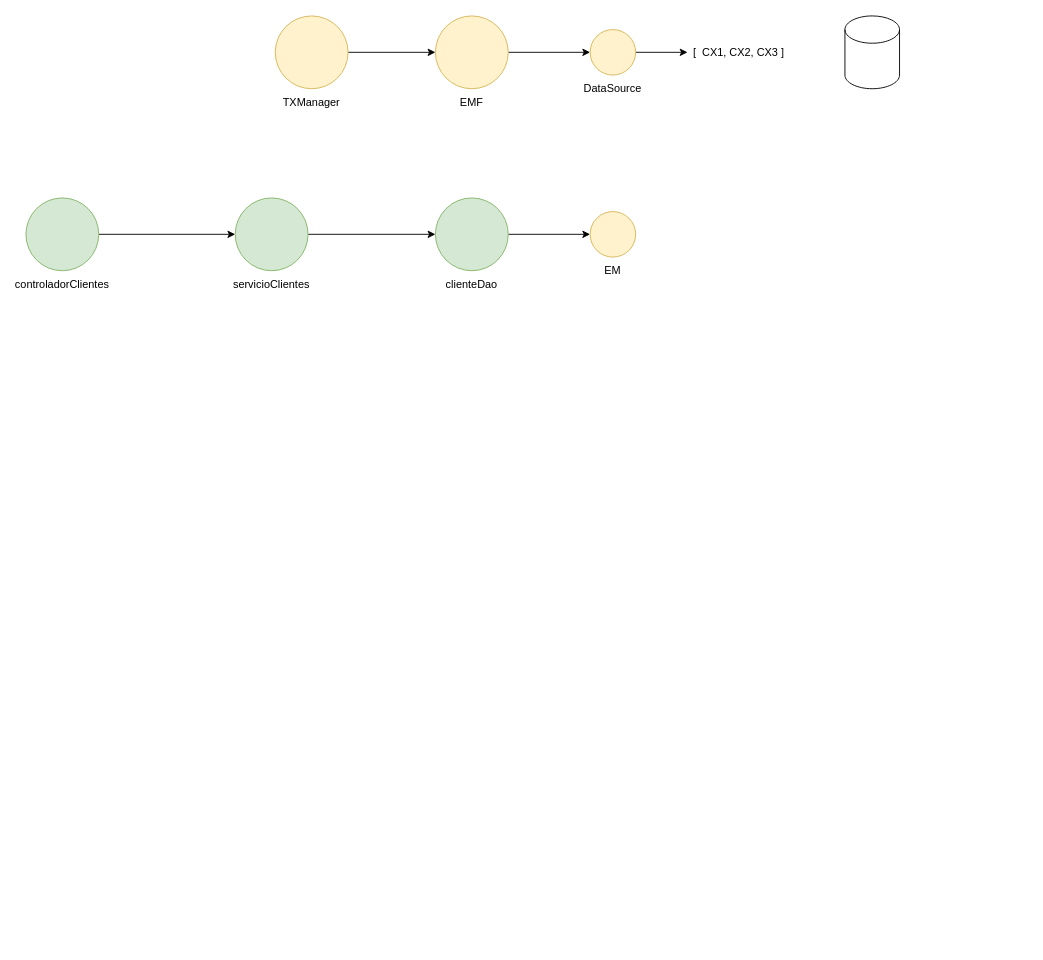
This is page "Página-34" (34 of 36) of diagramas.drawio from lrag/java2025, a draw.io file, before an edit. Source tidied: cells renumbered, new cells numbered last; positions are measured from the earlier drawing's top-left corner, leaving out a move shared by most shapes. Both pictures are drawn from the tidied source at 91%, with x=0, y=0 at pixel (25, 15).
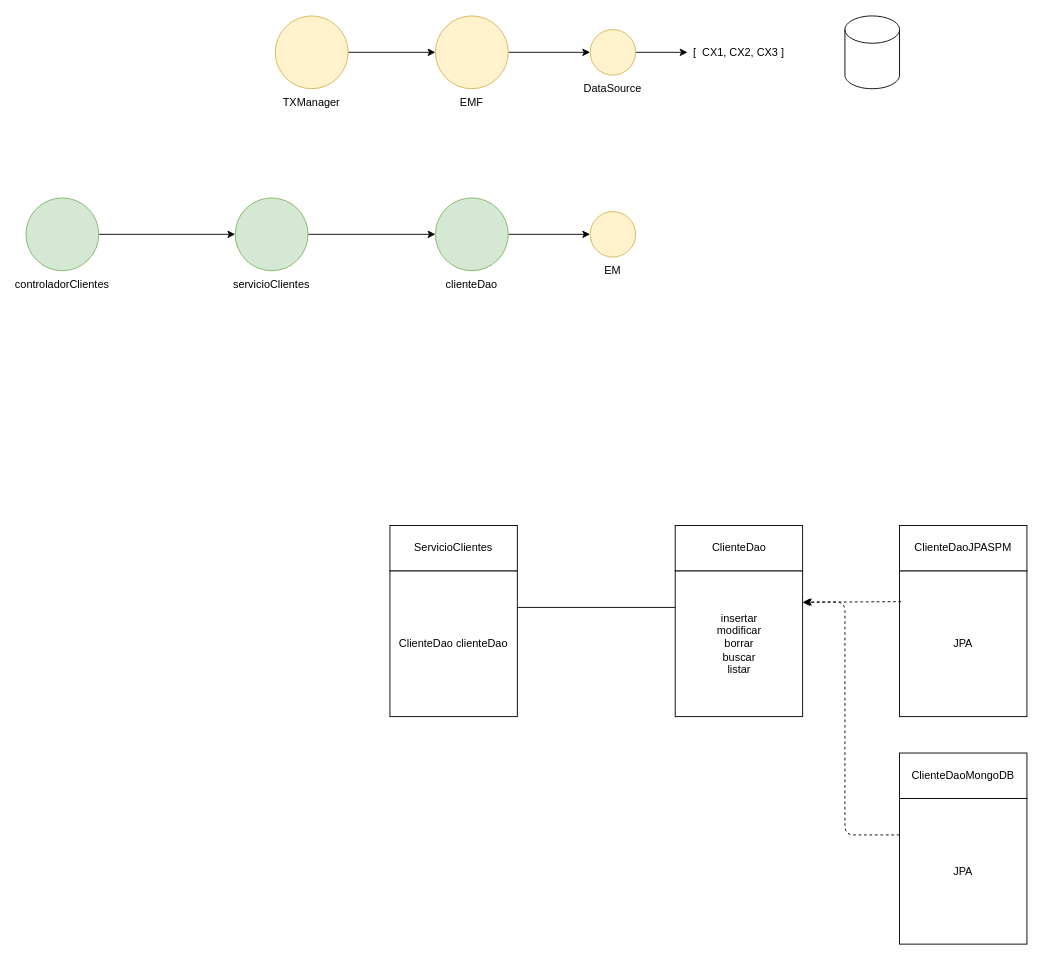
The same page after the edit.

Diff of the diagram source:
```diff
@@
+    <mxCell id="24" value="ServicioClientes" style="rounded=0;whiteSpace=wrap;html=1;fontSize=12;" parent="1" vertex="1">
+      <mxGeometry x="400" y="560" width="140" height="50" as="geometry" />
+    </mxCell>
+    <mxCell id="25" value="ClienteDao clienteDao" style="rounded=0;whiteSpace=wrap;html=1;fontSize=12;" parent="1" vertex="1">
+      <mxGeometry x="400" y="610" width="140" height="160" as="geometry" />
+    </mxCell>
+    <mxCell id="26" value="ClienteDao" style="rounded=0;whiteSpace=wrap;html=1;fontSize=12;" parent="1" vertex="1">
+      <mxGeometry x="713.5" y="560" width="140" height="50" as="geometry" />
+    </mxCell>
+    <mxCell id="27" value="insertar&lt;br&gt;modificar&lt;br&gt;borrar&lt;br&gt;buscar&lt;br&gt;listar" style="rounded=0;whiteSpace=wrap;html=1;fontSize=12;" parent="1" vertex="1">
+      <mxGeometry x="713.5" y="610" width="140" height="160" as="geometry" />
+    </mxCell>
+    <mxCell id="28" style="endArrow=none;html=1;rounded=1;fontSize=12;exitX=1;exitY=0.25;exitDx=0;exitDy=0;entryX=0;entryY=0.25;entryDx=0;entryDy=0;" parent="1" edge="1" source="25" target="27">
+      <mxGeometry relative="1" as="geometry" />
+    </mxCell>
+    <mxCell id="29" value="ClienteDaoJPASPM" style="rounded=0;whiteSpace=wrap;html=1;fontSize=12;" parent="1" vertex="1">
+      <mxGeometry x="960" y="560" width="140" height="50" as="geometry" />
+    </mxCell>
+    <mxCell id="30" value="JPA" style="rounded=0;whiteSpace=wrap;html=1;fontSize=12;" parent="1" vertex="1">
+      <mxGeometry x="960" y="610" width="140" height="160" as="geometry" />
+    </mxCell>
+    <mxCell id="31" style="endArrow=classic;html=1;rounded=1;fontSize=12;exitX=0.014;exitY=0.21;exitDx=0;exitDy=0;exitPerimeter=0;entryX=0.999;entryY=0.215;entryDx=0;entryDy=0;entryPerimeter=0;dashed=1;" parent="1" edge="1" source="30" target="27">
+      <mxGeometry relative="1" as="geometry" />
+    </mxCell>
+    <mxCell id="32" value="ClienteDaoMongoDB" style="rounded=0;whiteSpace=wrap;html=1;fontSize=12;" parent="1" vertex="1">
+      <mxGeometry x="960" y="810" width="140" height="50" as="geometry" />
+    </mxCell>
+    <mxCell id="33" value="JPA" style="rounded=0;whiteSpace=wrap;html=1;fontSize=12;" parent="1" vertex="1">
+      <mxGeometry x="960" y="860" width="140" height="160" as="geometry" />
+    </mxCell>
+    <mxCell id="34" style="endArrow=classic;html=1;rounded=1;dashed=1;fontSize=12;exitX=0;exitY=0.25;exitDx=0;exitDy=0;entryX=1.01;entryY=0.213;entryDx=0;entryDy=0;entryPerimeter=0;" parent="1" edge="1" source="33" target="27">
+      <mxGeometry relative="1" as="geometry">
+        <Array as="points">
+          <mxPoint x="900" y="900" />
+          <mxPoint x="900" y="644" />
+        </Array>
+      </mxGeometry>
+    </mxCell>
```
